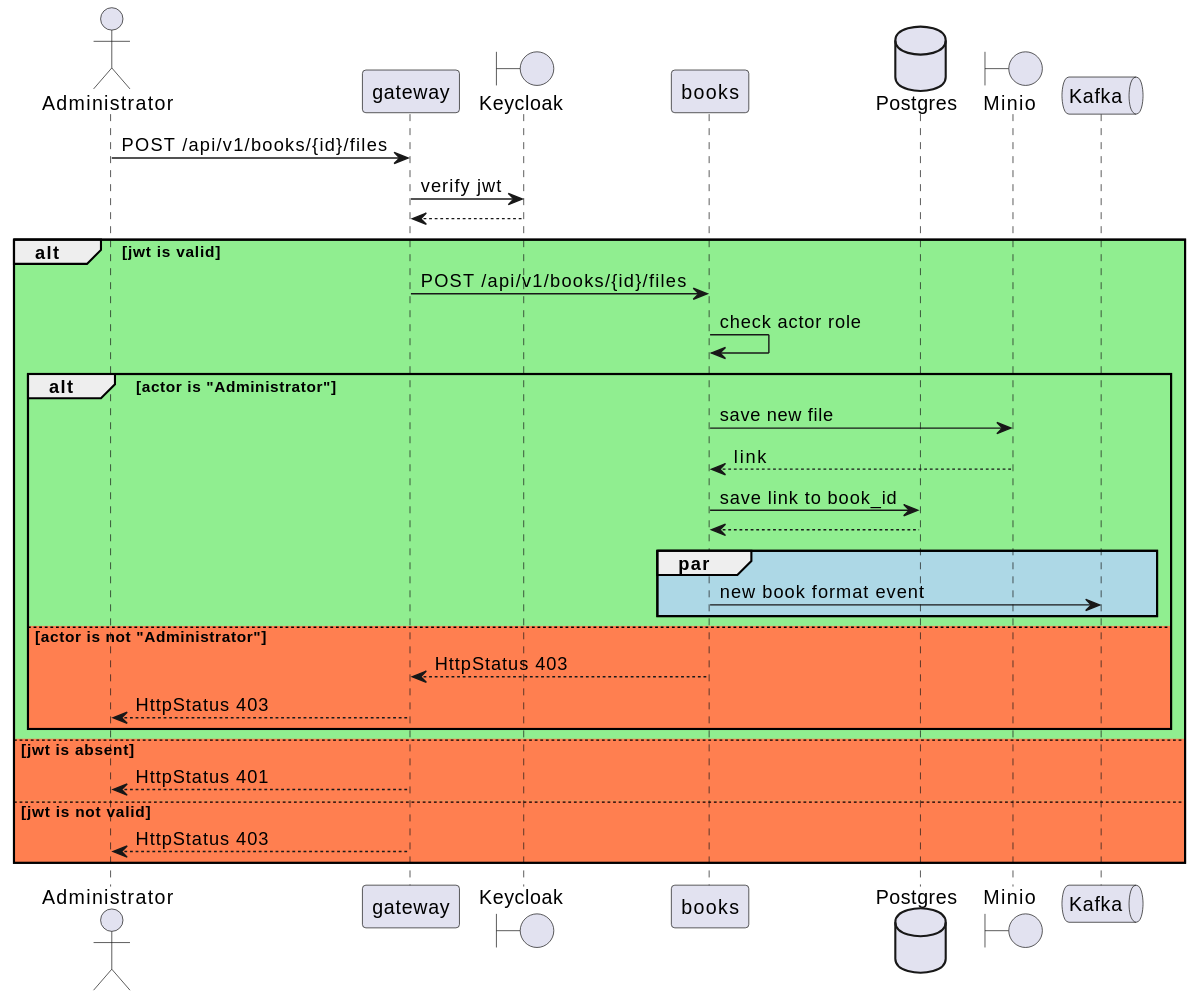
Before: hw-01/use-cases/upload-book-file/upload-book-file.svg, a diagram exported from PlantUML (dalayLama/otus-microservice-2024-08). Its diagram source:
```plantuml
@startuml
actor "Administrator" as admin
participant "gateway" as gw
boundary "Keycloak" as kk
participant "books" as books
database "Postgres" as pg_books
boundary "Minio" as minio
queue "Kafka" as kafka

admin -> gw: POST /api/v1/books/{id}/files
gw -> kk: verify jwt
kk --> gw
alt #lightgreen jwt is valid
    gw -> books:  POST /api/v1/books/{id}/files
    books -> books: check actor role
    alt #lightgreen actor is "Administrator"
        books -> minio: save new file
        minio --> books: link
        books -> pg_books: save link to book_id
        pg_books --> books
        par #lightblue
            books -> kafka: new book format event
        end
    else #coral actor is not "Administrator"
        books --> gw: HttpStatus 403
        gw --> admin: HttpStatus 403
    end

else #coral jwt is absent
    gw --> admin: HttpStatus 401
else #coral jwt is not valid
    gw --> admin: HttpStatus 403
end
@enduml
```
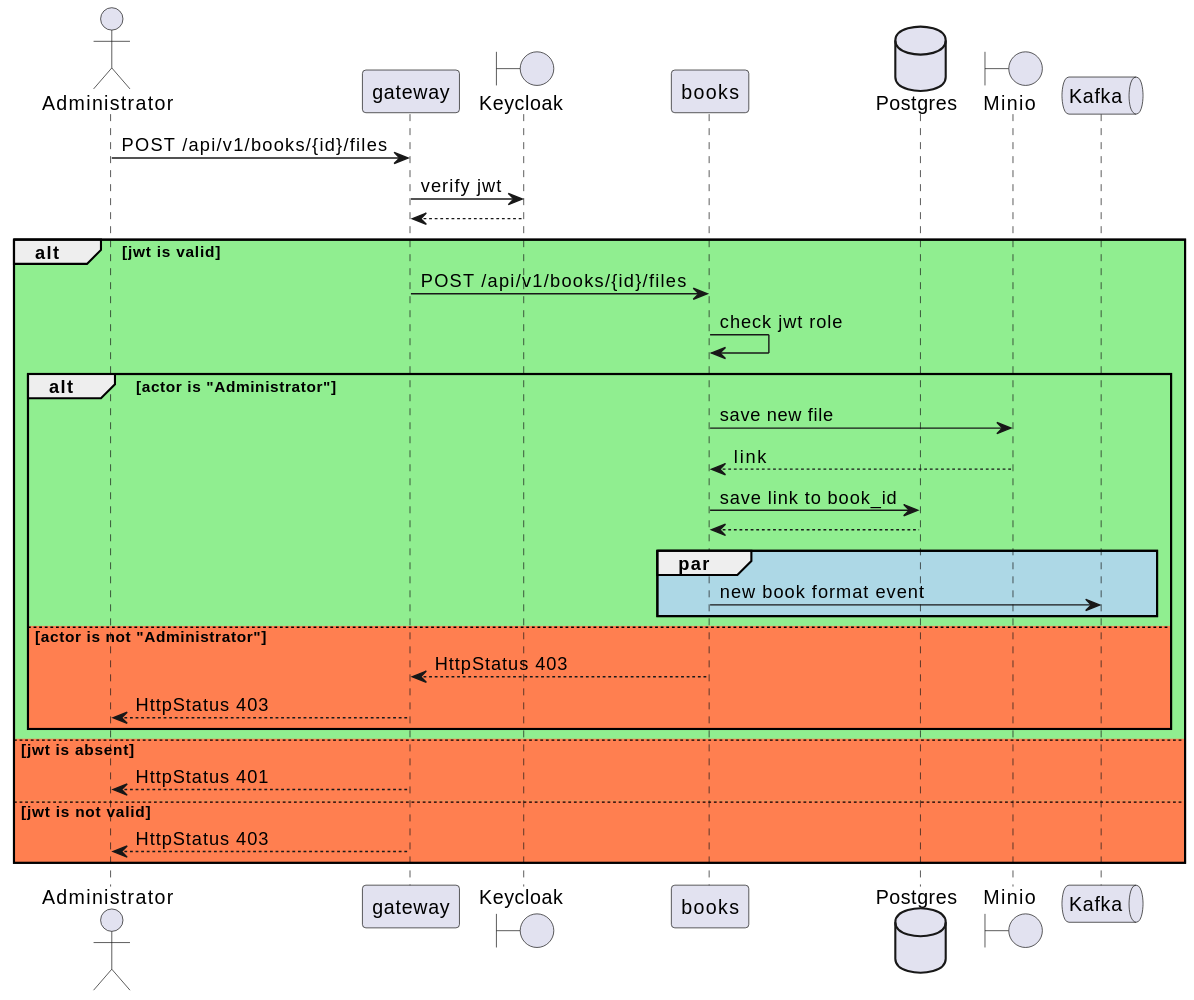
After the change.

The edit, as a diff of the source:
```diff
@@ -12,7 +12,7 @@
 kk --> gw
 alt #lightgreen jwt is valid
     gw -> books:  POST /api/v1/books/{id}/files
-    books -> books: check actor role
+    books -> books: check jwt role
     alt #lightgreen actor is "Administrator"
         books -> minio: save new file
         minio --> books: link
```
